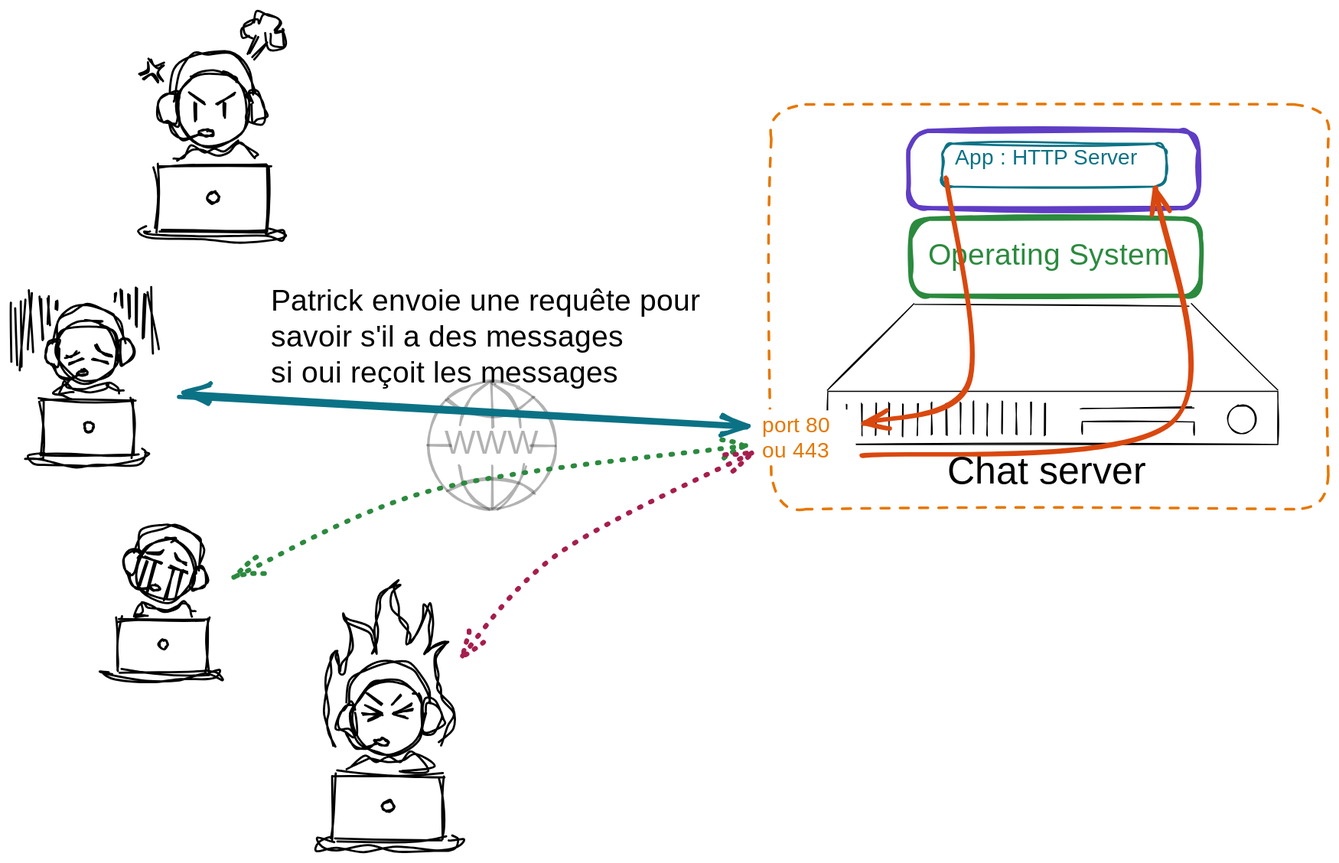
Before: notebooks/media/limitation2.excalidraw.svg, a diagram exported from Excalidraw (ue22-p25/backend). Source tidied: one line per element, renumbered; positions are measured from the earlier drawing's top-left corner, leaving out a move shared by most shapes.
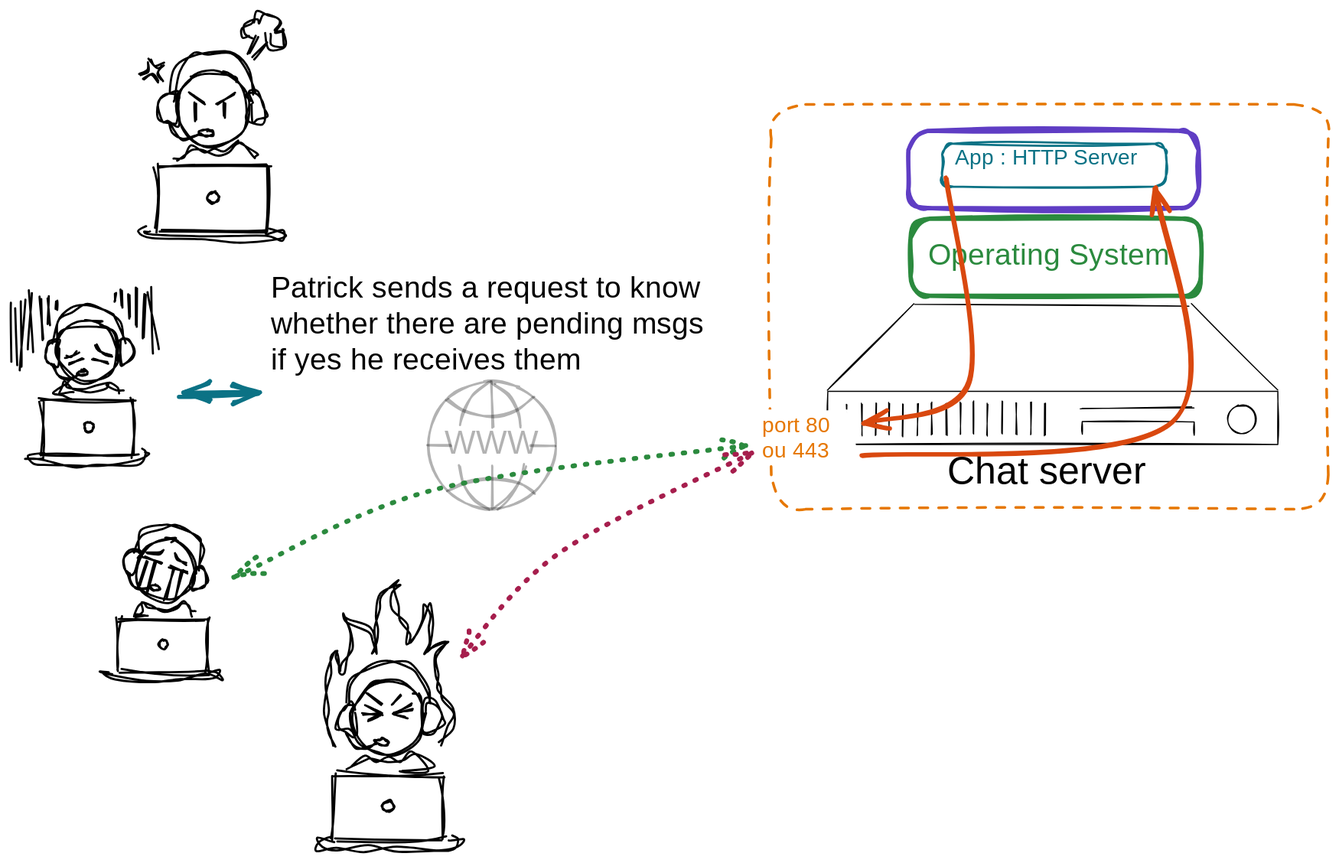
Later version of the same file.

The edit, as a diff of the source:
```diff
@@ -127,7 +127,7 @@
 {"id": 126, "type": "line", "strokeColor": "#000", "strokeWidth": 2, "roughness": 2, "round": true, "x": 343, "y": 656, "width": 12, "height": 5, "points": [[0, 0], [-12, 5]]}
 {"id": 127, "type": "line", "strokeColor": "#000", "strokeWidth": 2, "roughness": 2, "round": true, "x": 397, "y": 686, "width": 118, "height": 153, "points": [[0, 0], [10, -16], [12, -32], [6, -47], [2, -55], [-1, -68], [-1, -84], [8, -101], [-5, -92], [-15, -85], [-8, -95], [-7, -110], [-10, -125], [-11, -132], [-16, -118], [-23, -104], [-28, -97], [-29, -107], [-35, -118], [-39, -129], [-42, -145], [-40, -153], [-51, -140], [-57, -127], [-58, -111], [-56, -98], [-60, -88], [-61, -97], [-68, -108], [-84, -118], [-91, -123], [-82, -107], [-82, -93], [-86, -80], [-90, -67], [-92, -72], [-95, -81], [-94, -92], [-99, -82], [-104, -67], [-106, -52], [-104, -34], [-106, -22], [-104, -11], [-96, 1]]}
 {"id": 128, "type": "line", "strokeColor": "#000", "strokeWidth": 2, "roughness": 2, "round": true, "x": 297, "y": 773, "width": 134, "height": 12, "points": [[0, 0], [-14, 1], [-11, 8], [4, 8], [31, 9], [62, 9], [108, 8], [120, 0], [111, -3]]}
-{"id": 129, "type": "arrow", "strokeColor": "#0b7285", "strokeWidth": 4, "roughness": 2, "startArrowhead": "arrow", "endArrowhead": "arrow", "round": true, "from": 132, "x": 683, "y": 387, "width": 525, "height": 30, "points": [[0, 0], [-525, -30]]}
+{"id": 129, "type": "arrow", "strokeColor": "#0b7285", "strokeWidth": 4, "roughness": 2, "startArrowhead": "arrow", "endArrowhead": "arrow", "round": true, "from": 132, "x": 227, "y": 355, "width": 69, "height": 1, "points": [[0, 0], [-69, 1]]}
 {"id": 130, "type": "arrow", "strokeColor": "#2b8a3e", "strokeWidth": 4, "strokeStyle": "dotted", "roughness": 2, "startArrowhead": "arrow", "endArrowhead": "arrow", "round": true, "from": 132, "x": 687, "y": 402, "width": 477, "height": 123, "points": [[0, 0], [-293, 44], [-477, 123]]}
 {"id": 131, "type": "arrow", "strokeColor": "#a61e4d", "strokeWidth": 4, "strokeStyle": "dotted", "roughness": 2, "startArrowhead": "arrow", "endArrowhead": "arrow", "round": true, "from": 132, "x": 689, "y": 412, "width": 269, "height": 193, "points": [[0, 0], [-178, 91], [-269, 193]]}
-{"id": 132, "type": "text", "text": "Patrick envoie une requête pour\nsavoir s'il a des messages\nsi oui reçoit les messages ", "strokeColor": "#000000", "backgroundColor": "#ffffff", "fillStyle": "solid", "strokeWidth": 4, "roughness": 2, "fontSize": 28, "fontFamily": 1, "x": 241, "y": 255, "width": 445, "height": 101}
+{"id": 132, "type": "text", "text": "Patrick sends a request to know\nwhether there are pending msgs\nif yes he receives them ", "strokeColor": "#000000", "backgroundColor": "#ffffff", "fillStyle": "solid", "strokeWidth": 4, "roughness": 2, "fontSize": 28, "fontFamily": 1, "x": 241, "y": 243, "width": 458, "height": 101}
```
